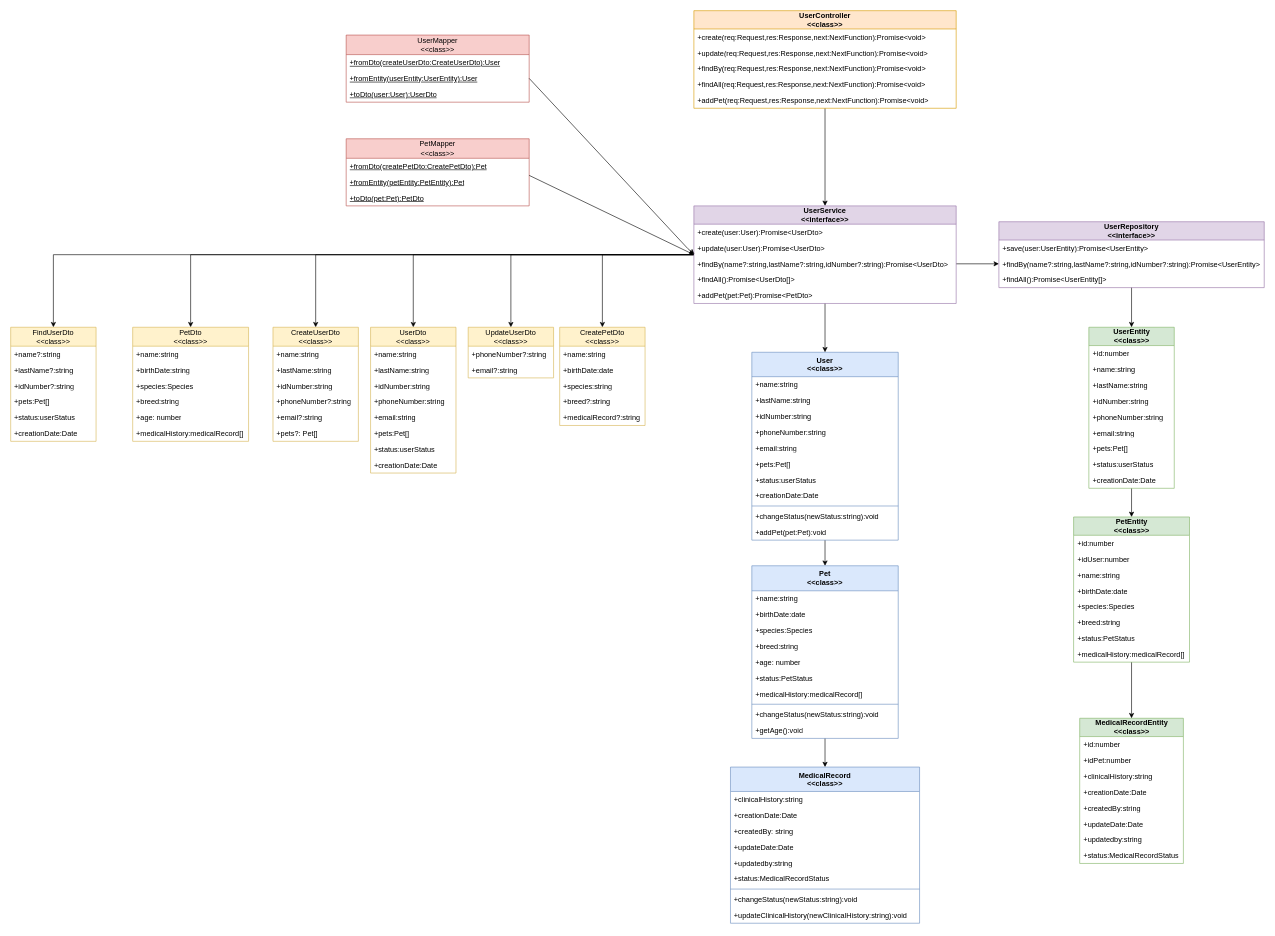
Before: page "Classes" (1 of 2) of docs/Veterinaria design.drawio in Matias-Viking/Veterinary, a draw.io diagram. Source tidied: cells renumbered, new cells numbered last; positions are measured from the earlier drawing's top-left corner, leaving out a move shared by most shapes. Both pictures are drawn from the tidied source at 61%, with x=0, y=0 at pixel (10, 10).
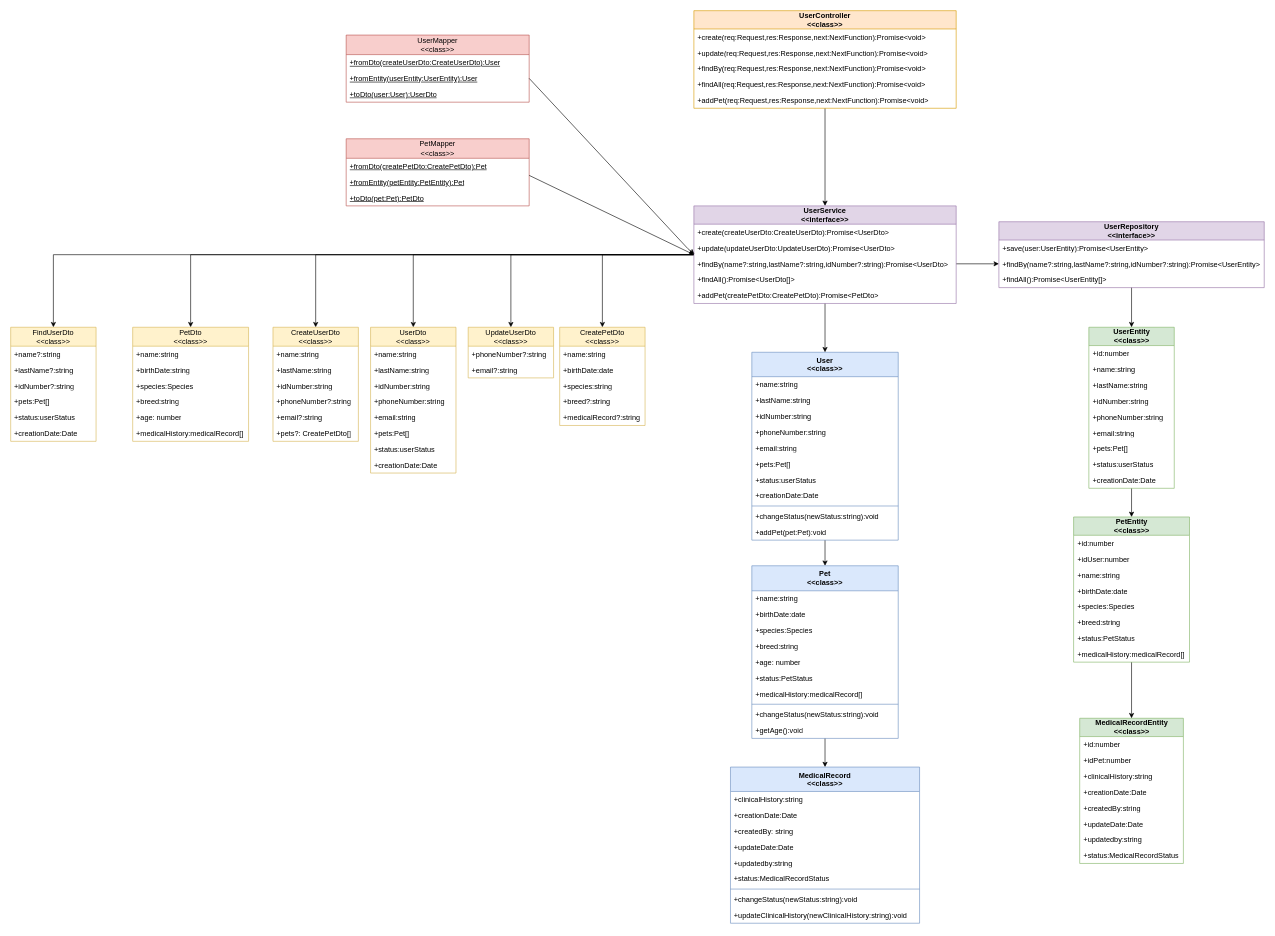
After the change.

The change refers to these unchanged cells:
```xml
<mxCell id="80" value="&lt;b&gt;UserService&lt;/b&gt;&lt;div&gt;&lt;b&gt;&amp;lt;&amp;lt;interface&amp;gt;&amp;gt;&lt;/b&gt;&lt;/div&gt;" style="swimlane;fontStyle=0;horizontal=1;startSize=30;fillColor=#e1d5e7;whiteSpace=wrap;html=1;strokeColor=#9673a6;" parent="1" vertex="1">
  <mxGeometry x="1120" y="320" width="430" height="160" as="geometry" />
</mxCell>
<mxCell id="95" value="CreateUserDto&lt;div&gt;&amp;lt;&amp;lt;class&amp;gt;&amp;gt;&lt;/div&gt;" style="swimlane;fontStyle=0;horizontal=1;startSize=31;fillColor=#fff2cc;whiteSpace=wrap;html=1;strokeColor=#d6b656;" parent="1" vertex="1">
  <mxGeometry x="430" y="519" width="140" height="187" as="geometry" />
</mxCell>
```

What changed in the source:
```diff
@@
-    <mxCell id="81" value="+create(user:User):Promise&amp;lt;UserDto&amp;gt;" style="text;strokeColor=none;fillColor=none;align=left;verticalAlign=top;spacingLeft=4;spacingRight=4;overflow=hidden;whiteSpace=wrap;html=1;" parent="80" vertex="1">
+    <mxCell id="81" value="+create(createUserDto:CreateUserDto):Promise&amp;lt;UserDto&amp;gt;" style="text;strokeColor=none;fillColor=none;align=left;verticalAlign=top;spacingLeft=4;spacingRight=4;overflow=hidden;whiteSpace=wrap;html=1;" parent="80" vertex="1">
       <mxGeometry y="30" width="430" height="26" as="geometry" />
     </mxCell>
-    <mxCell id="82" value="+update(user:User):Promise&amp;lt;UserDto&amp;gt;" style="text;strokeColor=none;fillColor=none;align=left;verticalAlign=top;spacingLeft=4;spacingRight=4;overflow=hidden;points=[[0,0.5],[1,0.5]];portConstraint=eastwest;whiteSpace=wrap;html=1;" parent="80" vertex="1">
+    <mxCell id="82" value="+update(updateUserDto:UpdateUserDto):Promise&amp;lt;UserDto&amp;gt;" style="text;strokeColor=none;fillColor=none;align=left;verticalAlign=top;spacingLeft=4;spacingRight=4;overflow=hidden;points=[[0,0.5],[1,0.5]];portConstraint=eastwest;whiteSpace=wrap;html=1;" parent="80" vertex="1">
       <mxGeometry y="56" width="430" height="26" as="geometry" />
     </mxCell>
@@
-    <mxCell id="85" value="+addPet(pet:Pet):Promise&amp;lt;PetDto&amp;gt;" style="text;strokeColor=none;fillColor=none;align=left;verticalAlign=top;spacingLeft=4;spacingRight=4;overflow=hidden;whiteSpace=wrap;html=1;" parent="80" vertex="1">
+    <mxCell id="85" value="+addPet(createPetDto:CreatePetDto):Promise&amp;lt;PetDto&amp;gt;" style="text;strokeColor=none;fillColor=none;align=left;verticalAlign=top;spacingLeft=4;spacingRight=4;overflow=hidden;whiteSpace=wrap;html=1;" parent="80" vertex="1">
       <mxGeometry y="134" width="430" height="26" as="geometry" />
     </mxCell>
@@
-    <mxCell id="101" value="+pets?: Pet[]" style="text;strokeColor=none;fillColor=none;align=left;verticalAlign=top;spacingLeft=4;spacingRight=4;overflow=hidden;whiteSpace=wrap;html=1;" parent="95" vertex="1">
+    <mxCell id="101" value="+pets?: CreatePetDto[]" style="text;strokeColor=none;fillColor=none;align=left;verticalAlign=top;spacingLeft=4;spacingRight=4;overflow=hidden;whiteSpace=wrap;html=1;" parent="95" vertex="1">
       <mxGeometry y="161" width="140" height="26" as="geometry" />
     </mxCell>
```
